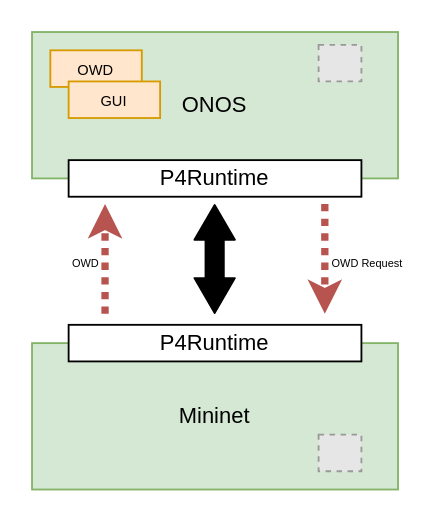
The draw.io diagram page "Container comunicanti" (3 of 6) of misc/thesis.drawio in alsadiamir/p4Thesis2021, before the edit. Source tidied: cells renumbered, new cells numbered last; positions are measured from the earlier drawing's top-left corner, leaving out a move shared by most shapes. Both pictures are drawn from the tidied source at 183%, with x=0, y=0 at pixel (31, 31). Pictures stored in the file or linked from it are replaced by grey dashed boxes.
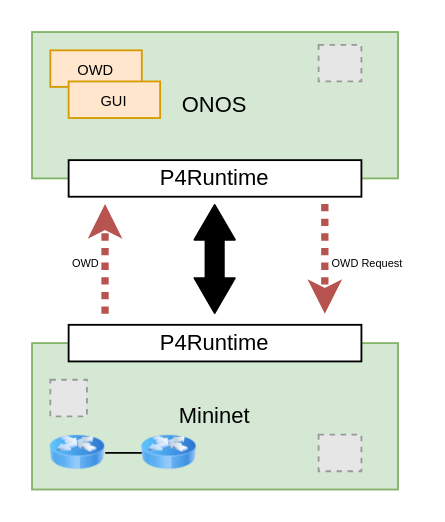
The same diagram, later.

Diff of the diagram source:
```diff
@@
+    <mxCell id="15" style="image;html=1;image=img/lib/clip_art/networking/Router_Icon_128x128.png;" parent="1" vertex="1">
+      <mxGeometry x="10" y="220" width="30" height="20" as="geometry" />
+    </mxCell>
+    <mxCell id="16" style="endArrow=none;html=1;exitX=1;exitY=0.5;exitDx=0;exitDy=0;entryX=0;entryY=0.5;entryDx=0;entryDy=0;" parent="1" edge="1" source="15" target="17">
+      <mxGeometry relative="1" as="geometry" />
+    </mxCell>
+    <mxCell id="17" style="image;html=1;image=img/lib/clip_art/networking/Router_Icon_128x128.png;" parent="1" vertex="1">
+      <mxGeometry x="60" y="220" width="30" height="20" as="geometry" />
+    </mxCell>
+    <mxCell id="18" style="fillColor=#E6E6E6;strokeColor=#999999;dashed=1;verticalLabelPosition=bottom;labelBackgroundColor=#ffffff;verticalAlign=top;" parent="1" vertex="1">
+      <mxGeometry x="10" y="190" width="20" height="20" as="geometry" />
+    </mxCell>
```
